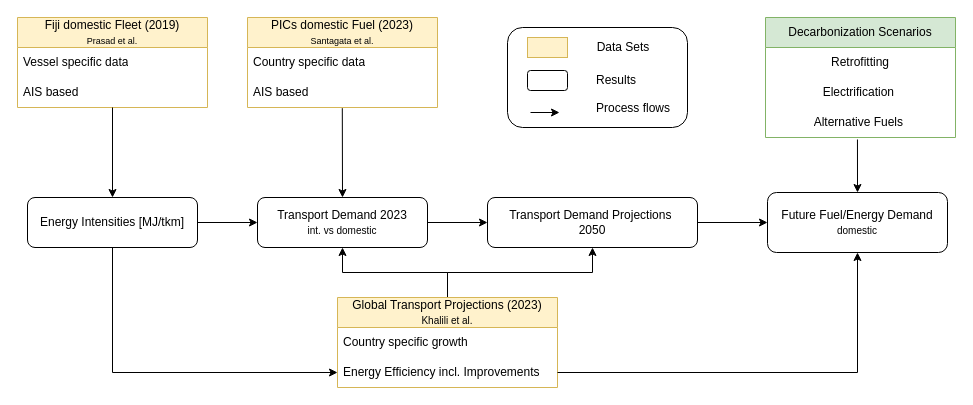
This is Untitled Diagram.drawio from FOFOS22/SemesterThesis, a draw.io file, before an edit. Source tidied: cells renumbered, new cells numbered last; positions are measured from the earlier drawing's top-left corner, leaving out a move shared by most shapes. Both pictures are drawn from the tidied source at 100%, with x=0, y=0 at pixel (17, 17).
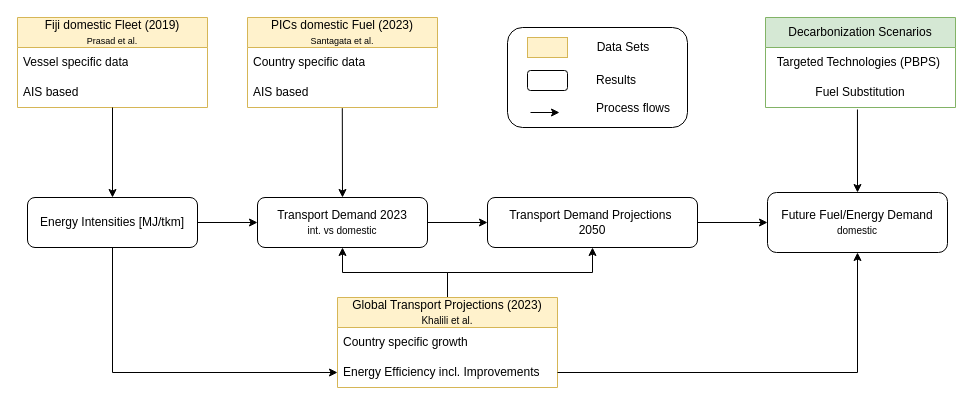
The same diagram, later.

The edit, as a diff of the source:
```diff
@@
     <mxCell id="25" value="Decarbonization Scenarios" style="swimlane;fontStyle=0;horizontal=1;startSize=30;whiteSpace=wrap;html=1;fillColor=#d5e8d4;strokeColor=#82b366;" parent="1" vertex="1">
-      <mxGeometry x="748" width="190" height="120" as="geometry" />
+      <mxGeometry x="748" width="190" height="90" as="geometry" />
     </mxCell>
-    <mxCell id="26" value="Retrofitting" style="text;align=center;verticalAlign=middle;spacingLeft=4;spacingRight=4;overflow=hidden;whiteSpace=wrap;html=1;" parent="25" vertex="1">
+    <mxCell id="26" value="Targeted Technologies (PBPS)&amp;nbsp;" style="text;align=center;verticalAlign=middle;spacingLeft=4;spacingRight=4;overflow=hidden;whiteSpace=wrap;html=1;" parent="25" vertex="1">
       <mxGeometry y="30" width="190" height="30" as="geometry" />
     </mxCell>
-    <mxCell id="27" value="Electrification&amp;nbsp;" style="text;strokeColor=none;fillColor=none;align=center;verticalAlign=middle;spacingLeft=4;spacingRight=4;overflow=hidden;whiteSpace=wrap;html=1;" parent="25" vertex="1">
-      <mxGeometry y="60" width="190" height="30" as="geometry" />
-    </mxCell>
-    <mxCell id="28" value="Alternative Fuels&amp;nbsp;" style="text;strokeColor=none;fillColor=none;align=center;verticalAlign=middle;spacingLeft=4;spacingRight=4;overflow=hidden;points=[[0,0.5],[1,0.5]];portConstraint=eastwest;whiteSpace=wrap;html=1;" parent="25" vertex="1">
-      <mxGeometry y="90" width="190" height="30" as="geometry" />
+    <mxCell id="28" value="Fuel Substitution" style="text;strokeColor=none;fillColor=none;align=center;verticalAlign=middle;spacingLeft=4;spacingRight=4;overflow=hidden;points=[[0,0.5],[1,0.5]];portConstraint=eastwest;whiteSpace=wrap;html=1;" parent="25" vertex="1">
+      <mxGeometry y="60" width="190" height="30" as="geometry" />
     </mxCell>
```
